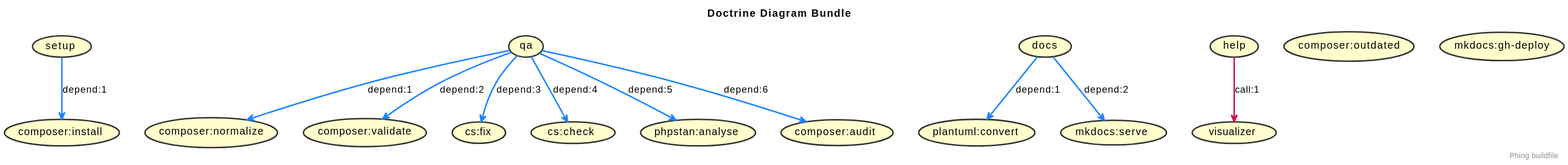
This is build.svg from jawira/doctrine-diagram-bundle, a PlantUML export, as it was before one commit.
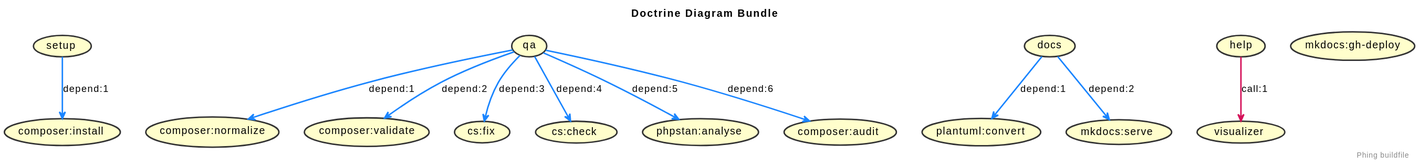
Later version of the same file.

The edit, as a diff of the source:
```diff
@@ -36,7 +36,6 @@
 (composer:audit)
 (composer:validate)
 (composer:normalize)
-(composer:outdated)
 (help)
 (visualizer)
 (mkdocs:serve)
```
